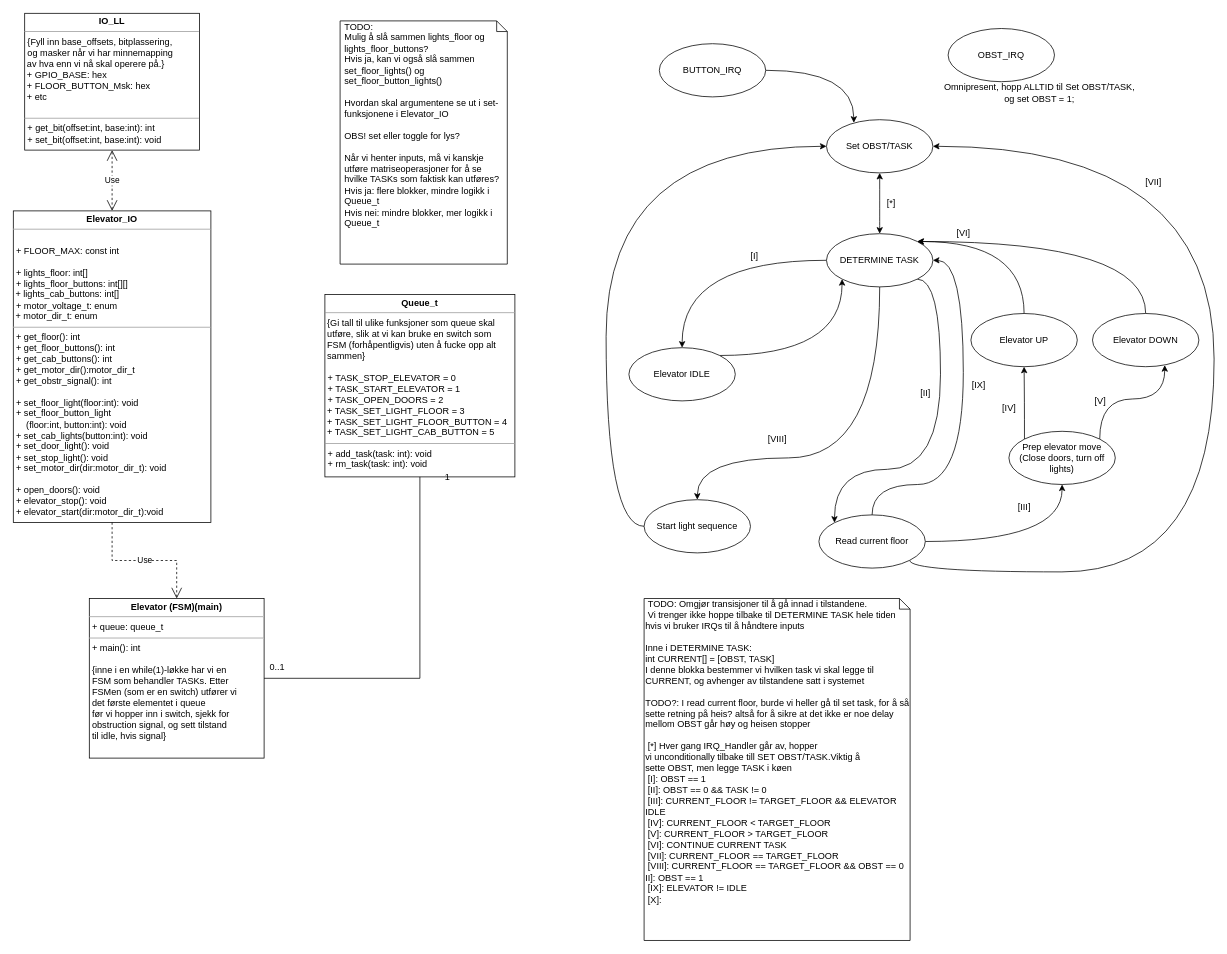
Before: UML_Elevator.drawio in chrstrom/monkey_elevator, a draw.io diagram. Source tidied: cells renumbered, new cells numbered last; positions are measured from the earlier drawing's top-left corner, leaving out a move shared by most shapes. Both pictures are drawn from the tidied source at 76%, with x=0, y=0 at pixel (13, 13).
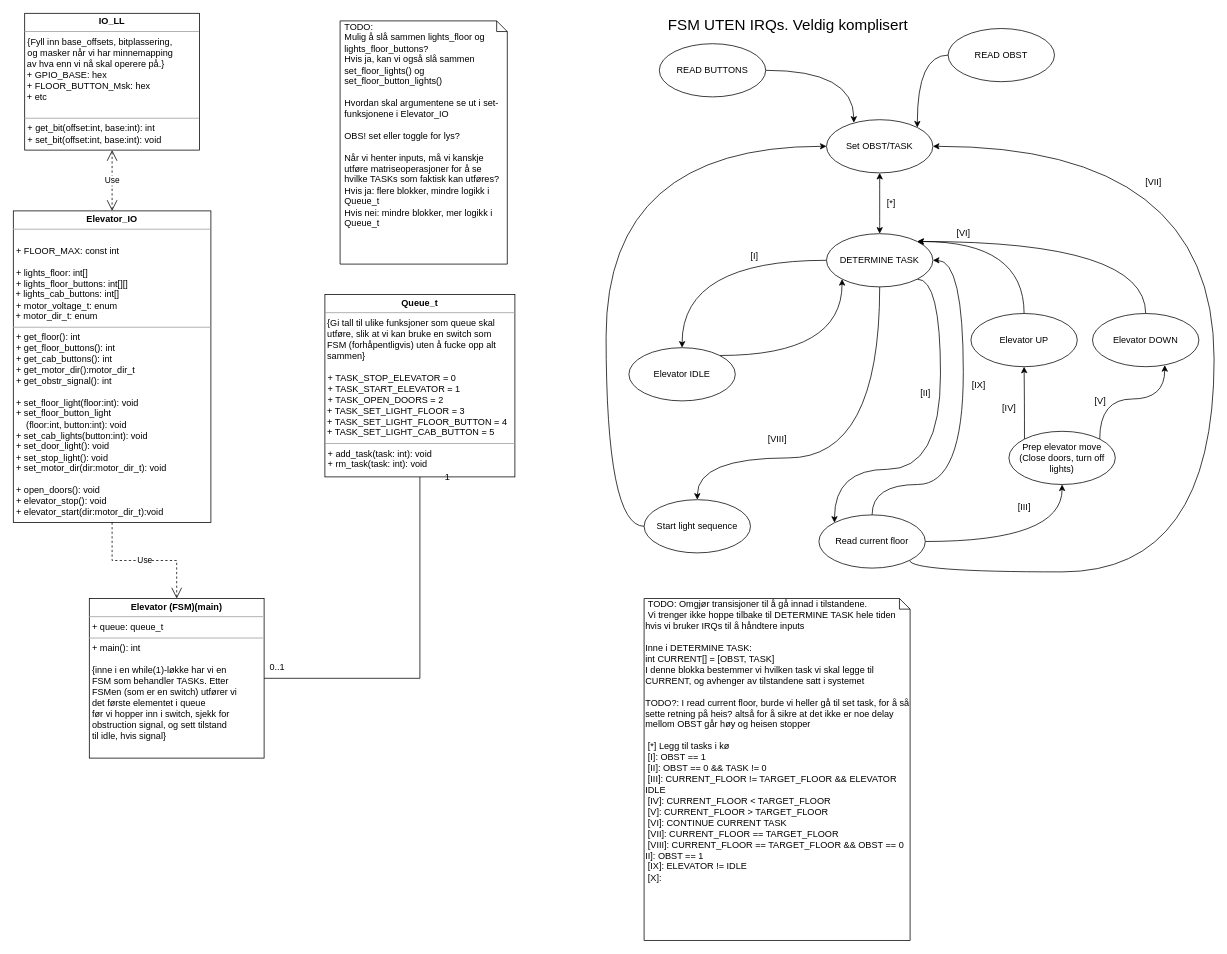
After the change.

Unchanged cells that the change refers to:
```xml
<mxCell id="19" value="Set OBST/TASK" style="ellipse;whiteSpace=wrap;html=1;" parent="1" vertex="1">
  <mxGeometry x="1070" y="140" width="140" height="70" as="geometry" />
</mxCell>
```

The edit, as a diff of the source:
```diff
@@
+    <mxCell id="48" style="edgeStyle=orthogonalEdgeStyle;jettySize=auto;html=1;entryX=1;entryY=0;entryDx=0;entryDy=0;curved=1;" parent="1" edge="1" source="20" target="19">
+      <mxGeometry relative="1" as="geometry" />
+    </mxCell>
-    <mxCell id="20" value="OBST_IRQ" style="ellipse;whiteSpace=wrap;html=1;" parent="1" vertex="1">
+    <mxCell id="20" value="READ OBST" style="ellipse;whiteSpace=wrap;html=1;" parent="1" vertex="1">
       <mxGeometry x="1230" y="20" width="140" height="70" as="geometry" />
     </mxCell>
@@
-    <mxCell id="34" value="&lt;div&gt;&amp;nbsp;TODO: Omgjør transisjoner til å gå innad i tilstandene.&lt;/div&gt;&lt;div&gt;&amp;nbsp;Vi trenger ikke hoppe tilbake til DETERMINE TASK hele tiden hvis vi bruker IRQs til å håndtere inputs&lt;br&gt;&lt;/div&gt;&lt;div&gt;&lt;br&gt;&lt;/div&gt;&lt;div&gt;Inne i DETERMINE TASK:&lt;br&gt;&lt;/div&gt;&lt;div&gt;int CURRENT[] = [OBST, TASK]&lt;/div&gt;&lt;div&gt;I denne blokka bestemmer vi hvilken task vi skal legge til CURRENT, og avhenger av tilstandene satt i systemet&lt;br&gt;&lt;/div&gt;&lt;div&gt;&lt;br&gt;&lt;/div&gt;&lt;div&gt;TODO?: I read current floor, burde vi heller gå til set task, for å så sette retning på heis? altså for å sikre at det ikke er noe delay mellom OBST går høy og heisen stopper&lt;br&gt;&lt;/div&gt;&lt;div&gt;&lt;div&gt;&lt;br&gt;&lt;/div&gt;&lt;div&gt;&amp;nbsp;[*] Hver gang IRQ_Handler går av, hopper &lt;br&gt;vi unconditionally tilbake till SET OBST/TASK.Viktig å &lt;br&gt;sette OBST, men legge TASK i køen&lt;/div&gt;&lt;/div&gt;&lt;div&gt;&amp;nbsp;[I]: OBST == 1 &lt;br&gt;&lt;/div&gt;&lt;div&gt;&amp;nbsp;[II]: OBST == 0 &amp;amp;&amp;amp; TASK != 0&lt;/div&gt;&lt;div&gt;&amp;nbsp;[III]: CURRENT_FLOOR != TARGET_FLOOR &amp;amp;&amp;amp; ELEVATOR IDLE&lt;br&gt;&lt;/div&gt;&lt;div&gt;&amp;nbsp;[IV]: CURRENT_FLOOR &amp;lt; TARGET_FLOOR&lt;br&gt;&lt;/div&gt;&lt;div&gt;&amp;nbsp;[V]: CURRENT_FLOOR &amp;gt; TARGET_FLOOR&lt;/div&gt;&lt;div&gt;&amp;nbsp;[VI]: CONTINUE CURRENT TASK&lt;/div&gt;&lt;div&gt;&amp;nbsp;[VII]: CURRENT_FLOOR == TARGET_FLOOR&lt;br&gt;&lt;/div&gt;&lt;div&gt;&amp;nbsp;[VIII]: CURRENT_FLOOR == TARGET_FLOOR &amp;amp;&amp;amp; OBST == 0&lt;/div&gt;&lt;div&gt;II]: OBST == 1&lt;/div&gt;&lt;div&gt;&amp;nbsp;[IX]: ELEVATOR != IDLE&lt;br&gt;&lt;/div&gt;&lt;div&gt;&amp;nbsp;[X]:&lt;/div&gt;&lt;div&gt;&lt;br&gt;&lt;/div&gt;" style="shape=note;whiteSpace=wrap;html=1;size=14;verticalAlign=top;align=left;spacingTop=-6;" parent="1" vertex="1">
+    <mxCell id="34" value="&lt;div&gt;&amp;nbsp;TODO: Omgjør transisjoner til å gå innad i tilstandene.&lt;/div&gt;&lt;div&gt;&amp;nbsp;Vi trenger ikke hoppe tilbake til DETERMINE TASK hele tiden hvis vi bruker IRQs til å håndtere inputs&lt;br&gt;&lt;/div&gt;&lt;div&gt;&lt;br&gt;&lt;/div&gt;&lt;div&gt;Inne i DETERMINE TASK:&lt;br&gt;&lt;/div&gt;&lt;div&gt;int CURRENT[] = [OBST, TASK]&lt;/div&gt;&lt;div&gt;I denne blokka bestemmer vi hvilken task vi skal legge til CURRENT, og avhenger av tilstandene satt i systemet&lt;br&gt;&lt;/div&gt;&lt;div&gt;&lt;br&gt;&lt;/div&gt;&lt;div&gt;TODO?: I read current floor, burde vi heller gå til set task, for å så sette retning på heis? altså for å sikre at det ikke er noe delay mellom OBST går høy og heisen stopper&lt;br&gt;&lt;/div&gt;&lt;div&gt;&lt;div&gt;&lt;br&gt;&lt;/div&gt;&lt;div&gt;&amp;nbsp;[*] Legg til tasks i kø&lt;br&gt;&lt;/div&gt;&lt;/div&gt;&lt;div&gt;&amp;nbsp;[I]: OBST == 1 &lt;br&gt;&lt;/div&gt;&lt;div&gt;&amp;nbsp;[II]: OBST == 0 &amp;amp;&amp;amp; TASK != 0&lt;/div&gt;&lt;div&gt;&amp;nbsp;[III]: CURRENT_FLOOR != TARGET_FLOOR &amp;amp;&amp;amp; ELEVATOR IDLE&lt;br&gt;&lt;/div&gt;&lt;div&gt;&amp;nbsp;[IV]: CURRENT_FLOOR &amp;lt; TARGET_FLOOR&lt;br&gt;&lt;/div&gt;&lt;div&gt;&amp;nbsp;[V]: CURRENT_FLOOR &amp;gt; TARGET_FLOOR&lt;/div&gt;&lt;div&gt;&amp;nbsp;[VI]: CONTINUE CURRENT TASK&lt;/div&gt;&lt;div&gt;&amp;nbsp;[VII]: CURRENT_FLOOR == TARGET_FLOOR&lt;br&gt;&lt;/div&gt;&lt;div&gt;&amp;nbsp;[VIII]: CURRENT_FLOOR == TARGET_FLOOR &amp;amp;&amp;amp; OBST == 0&lt;/div&gt;&lt;div&gt;II]: OBST == 1&lt;/div&gt;&lt;div&gt;&amp;nbsp;[IX]: ELEVATOR != IDLE&lt;br&gt;&lt;/div&gt;&lt;div&gt;&amp;nbsp;[X]:&lt;/div&gt;&lt;div&gt;&lt;br&gt;&lt;/div&gt;" style="shape=note;whiteSpace=wrap;html=1;size=14;verticalAlign=top;align=left;spacingTop=-6;" parent="1" vertex="1">
       <mxGeometry x="830" y="770" width="350" height="450" as="geometry" />
     </mxCell>
@@
-    <mxCell id="36" value="BUTTON_IRQ" style="ellipse;whiteSpace=wrap;html=1;" parent="1" vertex="1">
+    <mxCell id="36" value="READ BUTTONS" style="ellipse;whiteSpace=wrap;html=1;" parent="1" vertex="1">
       <mxGeometry x="850" y="40" width="140" height="70" as="geometry" />
     </mxCell>
@@
-    <mxCell id="44" value="&lt;div&gt;Omnipresent, hopp ALLTID til Set OBST/TASK,&lt;/div&gt;&lt;div&gt;og set OBST = 1;&lt;br&gt;&lt;/div&gt;" style="text;html=1;align=center;verticalAlign=middle;" parent="1" vertex="1">
-      <mxGeometry x="1200" y="90" width="300" height="30" as="geometry" />
-    </mxCell>
@@
+    <mxCell id="49" value="&lt;font style=&quot;font-size: 20px&quot;&gt;FSM UTEN IRQs. Veldig komplisert&lt;br&gt;&lt;/font&gt;" style="text;html=1;align=center;verticalAlign=middle;" parent="1" vertex="1">
+      <mxGeometry x="829" y="4" width="380" height="20" as="geometry" />
+    </mxCell>
```
